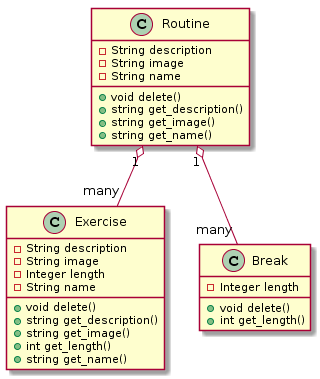
Before: doc/ds/class_diagram.png, a diagram exported from PlantUML (karolinaoparczyk/Python_GTK).
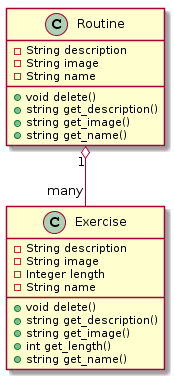
After the change.

What changed in the source:
```diff
@@ -1,6 +1,5 @@
 @startuml
 Routine "1" o-- "many"  Exercise
-Routine "1" o-- "many"  Break
 
 class Routine {
 	-String description
@@ -23,10 +22,4 @@
 	+int get_length()
 	+string get_name()
 }
-
-class Break {
-	-Integer length
-	+void delete()
-	+int get_length()
-}
 @enduml
```
